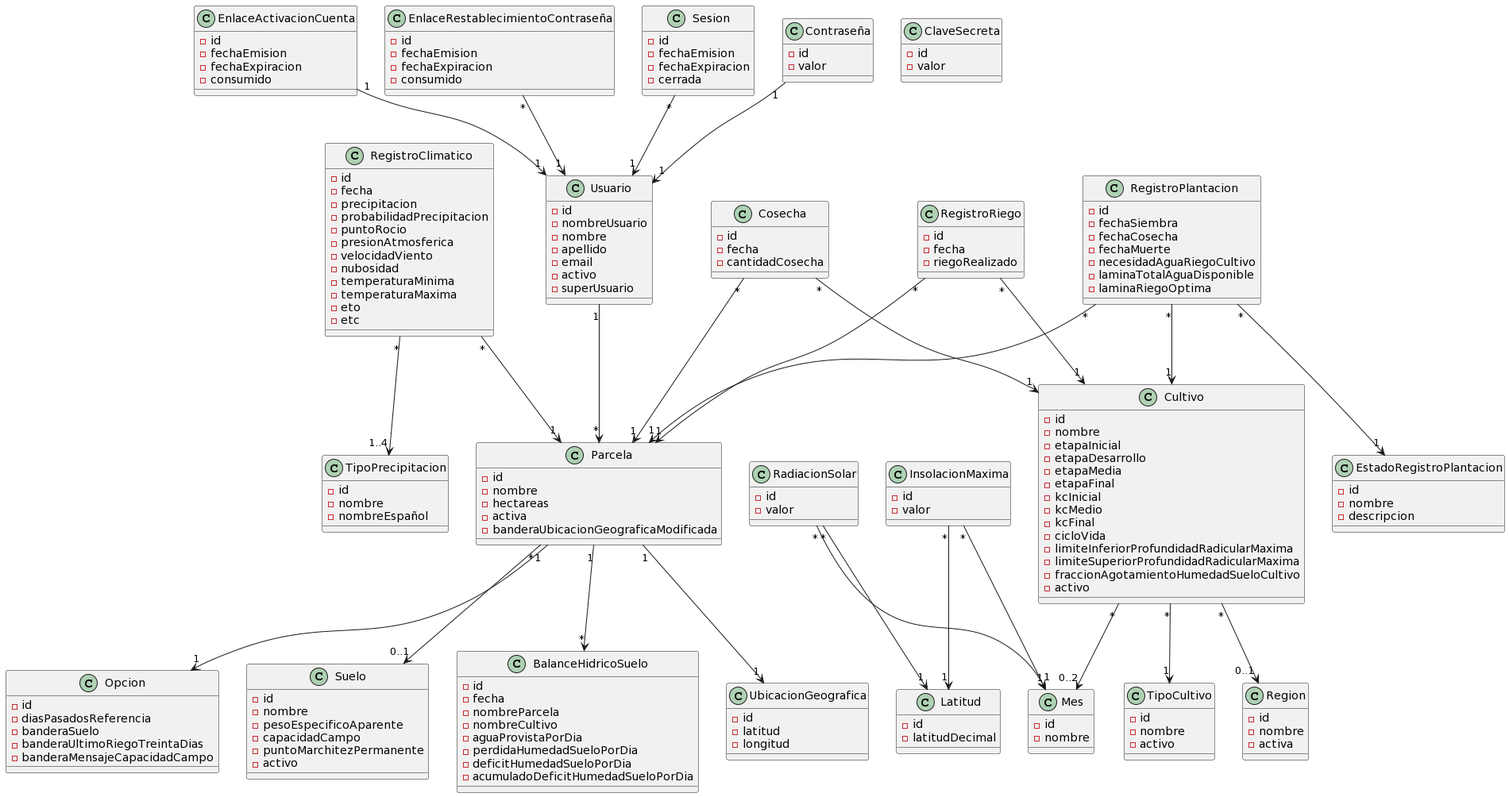
Before: docs/domain model/Modelo de dominio.png, a diagram exported from PlantUML (facundopaez-dev/sistema-web-riego).
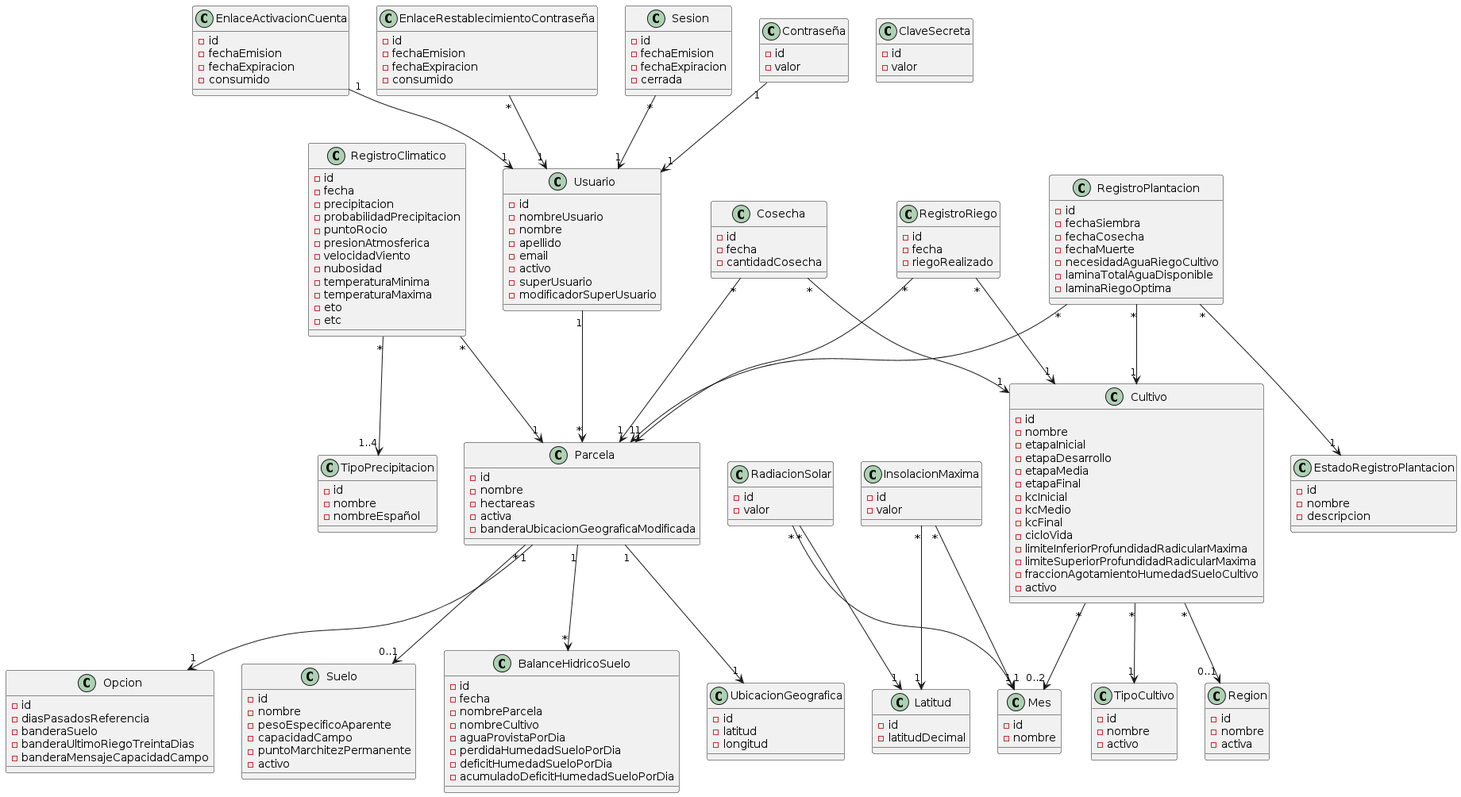
Above is the later version.

The edit, as a diff of the source:
```diff
@@ -127,6 +127,7 @@
 -email
 -activo
 -superUsuario
+-modificadorSuperUsuario
 }
 
 class EstadoRegistroPlantacion {
```
